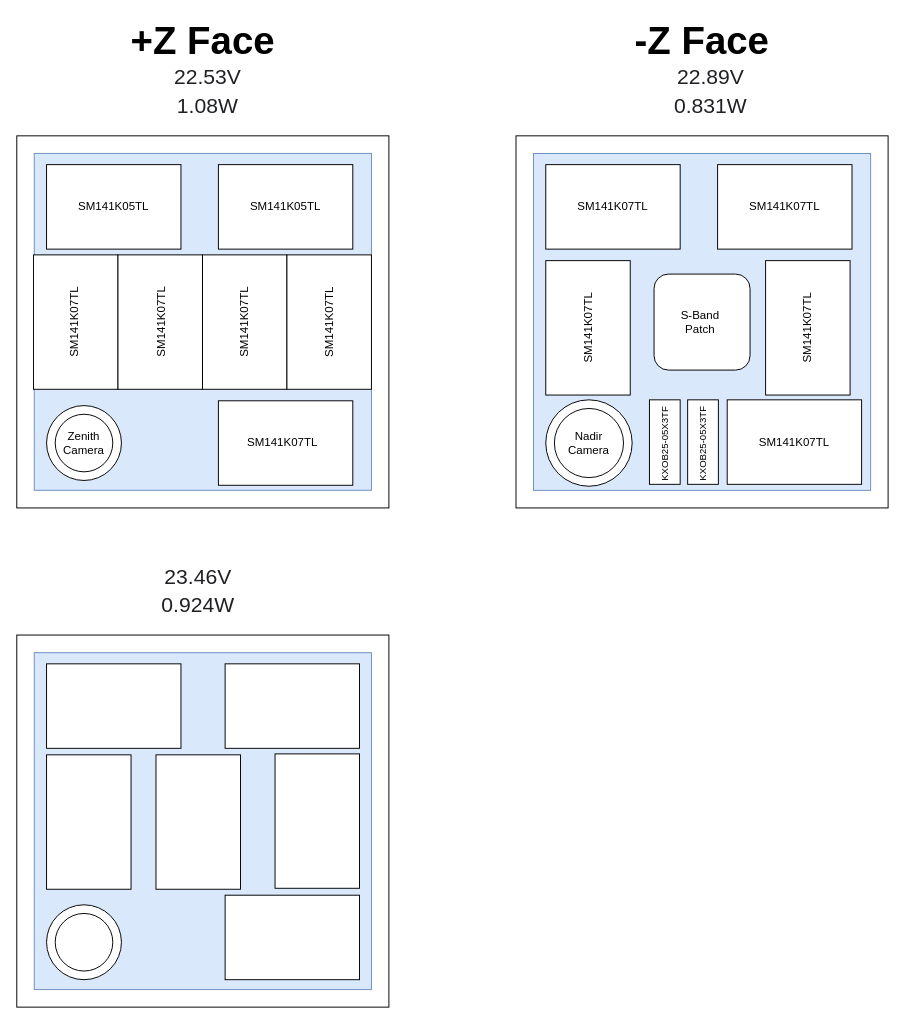
Earlier version of the draw.io diagram page "Z" (2 of 5) of trades/solar_panel_arrangement/Solar Panel Arrangement.drawio (stanford-ssi/sapling-systems). Source tidied: cells renumbered, new cells numbered last; positions are measured from the earlier drawing's top-left corner, leaving out a move shared by most shapes. Both pictures are drawn from the tidied source at 96%, with x=0, y=0 at pixel (16, 30).
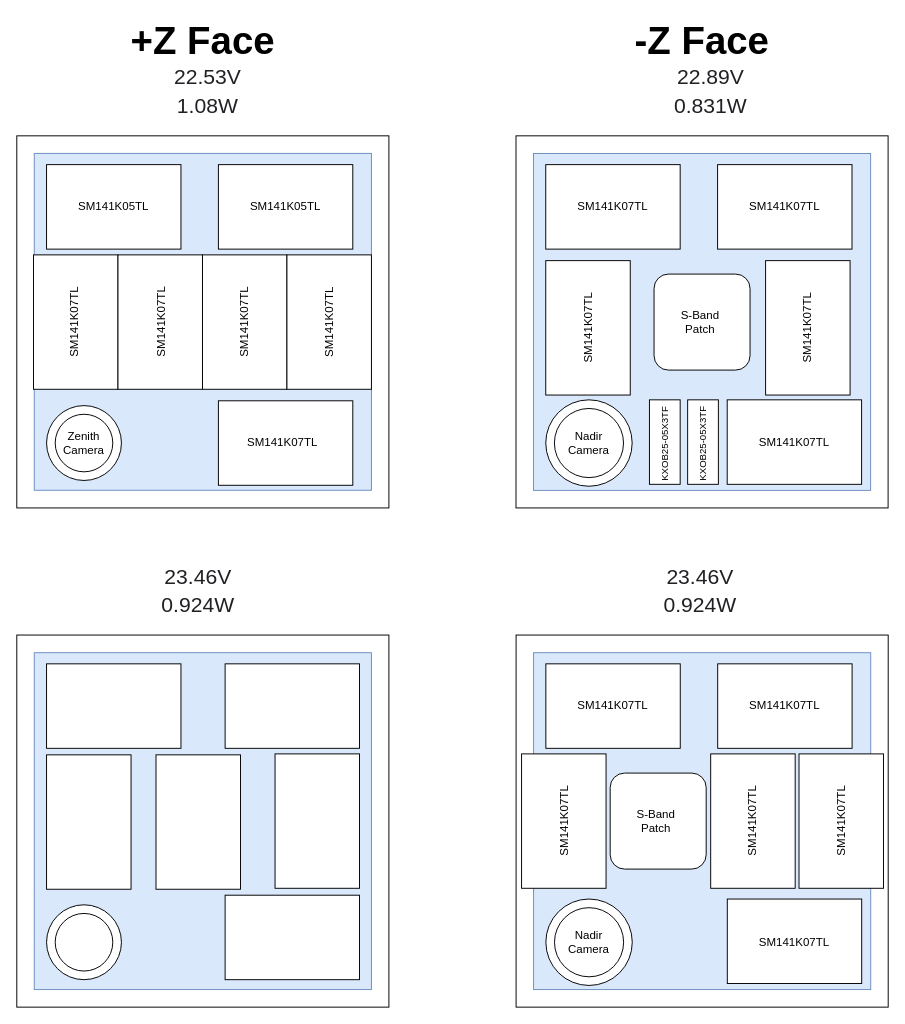
After the change.

What changed in the source:
```diff
@@
+    <mxCell id="60" style="rounded=0;whiteSpace=wrap;html=1;fontSize=29;align=left;" parent="1" vertex="1">
+      <mxGeometry x="520.1" y="630" width="387.6" height="387.6" as="geometry" />
+    </mxCell>
+    <mxCell id="61" style="rounded=0;whiteSpace=wrap;html=1;fontSize=29;fillColor=#dae8fc;align=left;strokeColor=#6c8ebf;" parent="1" vertex="1">
+      <mxGeometry x="538.3" y="648.4" width="351.2" height="350.9" as="geometry" />
+    </mxCell>
+    <mxCell id="62" style="rounded=1;whiteSpace=wrap;html=1;fontSize=29;align=left;" parent="1" vertex="1">
+      <mxGeometry x="618.1" y="773.8" width="100" height="100" as="geometry" />
+    </mxCell>
+    <mxCell id="63" style="rounded=0;whiteSpace=wrap;html=1;fontSize=10;" parent="1" vertex="1">
+      <mxGeometry x="551.1" y="660" width="140" height="88" as="geometry" />
+    </mxCell>
+    <mxCell id="64" style="rounded=0;whiteSpace=wrap;html=1;fontSize=10;" parent="1" vertex="1">
+      <mxGeometry x="730.1" y="660" width="140" height="88" as="geometry" />
+    </mxCell>
+    <mxCell id="65" style="rounded=0;whiteSpace=wrap;html=1;fontSize=10;direction=south;" parent="1" vertex="1">
+      <mxGeometry x="722.8" y="753.8" width="88" height="140" as="geometry" />
+    </mxCell>
+    <mxCell id="66" style="rounded=0;whiteSpace=wrap;html=1;fontSize=10;direction=south;" parent="1" vertex="1">
+      <mxGeometry x="525.8" y="753.8" width="88" height="140" as="geometry" />
+    </mxCell>
+    <mxCell id="67" style="rounded=0;whiteSpace=wrap;html=1;fontSize=10;" parent="1" vertex="1">
+      <mxGeometry x="740.1" y="905" width="140" height="88" as="geometry" />
+    </mxCell>
+    <mxCell id="68" style="ellipse;whiteSpace=wrap;html=1;fontSize=29;align=left;" parent="1" vertex="1">
+      <mxGeometry x="551.1" y="905" width="90" height="90" as="geometry" />
+    </mxCell>
+    <mxCell id="69" style="ellipse;whiteSpace=wrap;html=1;fontSize=29;align=left;" parent="1" vertex="1">
+      <mxGeometry x="560.1" y="914" width="72" height="72" as="geometry" />
+    </mxCell>
+    <mxCell id="70" value="SM141K07TL" style="text;html=1;strokeColor=none;fillColor=none;align=center;verticalAlign=middle;whiteSpace=wrap;rounded=0;" parent="1" vertex="1">
+      <mxGeometry x="601.1" y="694" width="40" height="20" as="geometry" />
+    </mxCell>
+    <mxCell id="71" value="SM141K07TL" style="text;html=1;strokeColor=none;fillColor=none;align=center;verticalAlign=middle;whiteSpace=wrap;rounded=0;" parent="1" vertex="1">
+      <mxGeometry x="780.1" y="694" width="40" height="20" as="geometry" />
+    </mxCell>
+    <mxCell id="72" value="SM141K07TL" style="text;html=1;strokeColor=none;fillColor=none;align=center;verticalAlign=middle;whiteSpace=wrap;rounded=0;horizontal=0;" parent="1" vertex="1">
+      <mxGeometry x="550.8" y="813.8" width="40" height="20" as="geometry" />
+    </mxCell>
+    <mxCell id="73" value="SM141K07TL" style="text;html=1;strokeColor=none;fillColor=none;align=center;verticalAlign=middle;whiteSpace=wrap;rounded=0;horizontal=0;" parent="1" vertex="1">
+      <mxGeometry x="746.8" y="813.8" width="40" height="20" as="geometry" />
+    </mxCell>
+    <mxCell id="74" value="SM141K07TL" style="text;html=1;strokeColor=none;fillColor=none;align=center;verticalAlign=middle;whiteSpace=wrap;rounded=0;" parent="1" vertex="1">
+      <mxGeometry x="790.1" y="940" width="40" height="20" as="geometry" />
+    </mxCell>
+    <mxCell id="75" value="S-Band Patch" style="text;html=1;strokeColor=none;fillColor=none;align=center;verticalAlign=middle;whiteSpace=wrap;rounded=0;" parent="1" vertex="1">
+      <mxGeometry x="644.3" y="813.8" width="43.8" height="20" as="geometry" />
+    </mxCell>
+    <mxCell id="76" value="Nadir Camera" style="text;html=1;strokeColor=none;fillColor=none;align=center;verticalAlign=middle;whiteSpace=wrap;rounded=0;" parent="1" vertex="1">
+      <mxGeometry x="576.1" y="940" width="40" height="20" as="geometry" />
+    </mxCell>
+    <mxCell id="77" style="rounded=0;whiteSpace=wrap;html=1;fontSize=10;direction=south;" parent="1" vertex="1">
+      <mxGeometry x="814.8" y="753.8" width="88" height="140" as="geometry" />
+    </mxCell>
+    <mxCell id="78" value="SM141K07TL" style="text;html=1;strokeColor=none;fillColor=none;align=center;verticalAlign=middle;whiteSpace=wrap;rounded=0;horizontal=0;" parent="1" vertex="1">
+      <mxGeometry x="838.8" y="813.8" width="40" height="20" as="geometry" />
+    </mxCell>
+    <mxCell id="79" value="&lt;span style=&quot;color: rgb(32 , 33 , 36) ; font-family: &amp;#34;arial&amp;#34; , sans-serif ; background-color: rgb(255 , 255 , 255)&quot;&gt;&lt;font style=&quot;font-size: 22px&quot;&gt;23.46V&lt;/font&gt;&lt;/span&gt;" style="text;html=1;strokeColor=none;fillColor=none;align=center;verticalAlign=middle;whiteSpace=wrap;rounded=0;" parent="1" vertex="1">
+      <mxGeometry x="691.9" y="560" width="40" height="20" as="geometry" />
+    </mxCell>
+    <mxCell id="80" value="&lt;span style=&quot;color: rgb(32 , 33 , 36) ; font-family: &amp;#34;arial&amp;#34; , sans-serif ; background-color: rgb(255 , 255 , 255)&quot;&gt;&lt;font style=&quot;font-size: 22px&quot;&gt;0.924W&lt;/font&gt;&lt;/span&gt;" style="text;html=1;strokeColor=none;fillColor=none;align=center;verticalAlign=middle;whiteSpace=wrap;rounded=0;" parent="1" vertex="1">
+      <mxGeometry x="691.9" y="590" width="40" height="20" as="geometry" />
+    </mxCell>
```
